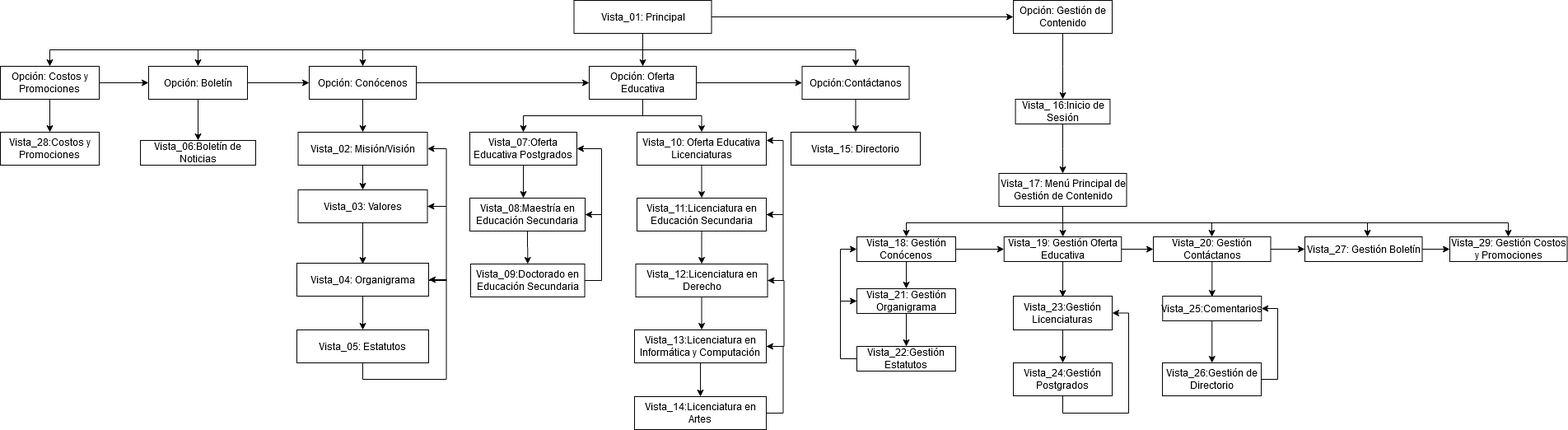
Before: MapaNavegacion.png, a diagram exported from draw.io (danielNYR/ProjectSchool). Source tidied: cells renumbered, new cells last; positions are measured from the earlier drawing's top-left corner, leaving out a move shared by most shapes.
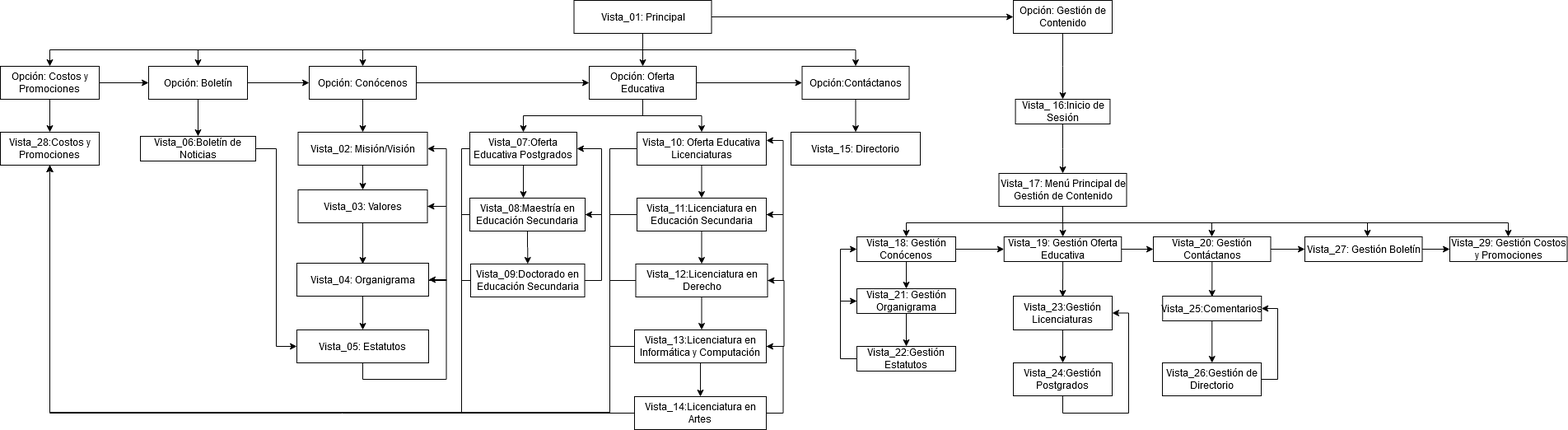
The same file after the commit.

What changed in the source:
```diff
@@ -88,6 +88,15 @@
     <mxCell id="20" style="edgeStyle=orthogonalEdgeStyle;rounded=0;jettySize=auto;html=1;entryX=0.5;entryY=0;entryDx=0;entryDy=0;" parent="1" edge="1" source="21" target="28">
       <mxGeometry relative="1" as="geometry" />
     </mxCell>
+    <mxCell id="92" style="edgeStyle=orthogonalEdgeStyle;rounded=0;jettySize=auto;html=1;entryX=0.5;entryY=1;entryDx=0;entryDy=0;" parent="1" edge="1" source="21" target="90">
+      <mxGeometry relative="1" as="geometry">
+        <Array as="points">
+          <mxPoint x="740" y="180" />
+          <mxPoint x="740" y="500" />
+          <mxPoint x="60" y="500" />
+        </Array>
+      </mxGeometry>
+    </mxCell>
     <mxCell id="21" value="Vista_10: Oferta Educativa Licenciaturas" style="rounded=0;whiteSpace=wrap;html=1;" parent="1" vertex="1">
       <mxGeometry x="773" y="160" width="157" height="40" as="geometry" />
     </mxCell>
@@ -123,6 +132,15 @@
         </Array>
       </mxGeometry>
     </mxCell>
+    <mxCell id="93" style="edgeStyle=orthogonalEdgeStyle;rounded=0;jettySize=auto;html=1;entryX=0.5;entryY=1;entryDx=0;entryDy=0;" parent="1" edge="1" source="28" target="90">
+      <mxGeometry relative="1" as="geometry">
+        <Array as="points">
+          <mxPoint x="740" y="260" />
+          <mxPoint x="740" y="500" />
+          <mxPoint x="60" y="500" />
+        </Array>
+      </mxGeometry>
+    </mxCell>
     <mxCell id="28" value="Vista_11:Licenciatura en Educación Secundaria" style="rounded=0;whiteSpace=wrap;html=1;" parent="1" vertex="1">
       <mxGeometry x="773" y="240" width="157" height="40" as="geometry" />
     </mxCell>
@@ -236,8 +254,11 @@
     <mxCell id="55" value="Opción: Boletín" style="rounded=0;whiteSpace=wrap;html=1;" parent="1" vertex="1">
       <mxGeometry x="180" y="80" width="120" height="40" as="geometry" />
     </mxCell>
+    <mxCell id="94" style="edgeStyle=orthogonalEdgeStyle;rounded=0;jettySize=auto;html=1;entryX=0;entryY=0.5;entryDx=0;entryDy=0;" parent="1" edge="1" source="56" target="58">
+      <mxGeometry relative="1" as="geometry" />
+    </mxCell>
     <mxCell id="56" value="Vista_06:Boletín de Noticias" style="rounded=0;whiteSpace=wrap;html=1;" parent="1" vertex="1">
-      <mxGeometry x="170" y="170" width="140" height="30" as="geometry" />
+      <mxGeometry x="170" y="165" width="140" height="30" as="geometry" />
     </mxCell>
     <mxCell id="57" style="edgeStyle=orthogonalEdgeStyle;rounded=0;jettySize=auto;html=1;entryX=1;entryY=0.5;entryDx=0;entryDy=0;" parent="1" edge="1" source="58" target="41">
       <mxGeometry relative="1" as="geometry">
@@ -298,6 +319,15 @@
         <mxPoint x="851.5" y="400" as="targetPoint" />
       </mxGeometry>
     </mxCell>
+    <mxCell id="95" style="edgeStyle=orthogonalEdgeStyle;rounded=0;jettySize=auto;html=1;entryX=0.5;entryY=1;entryDx=0;entryDy=0;" parent="1" edge="1" source="68" target="90">
+      <mxGeometry relative="1" as="geometry">
+        <Array as="points">
+          <mxPoint x="740" y="340" />
+          <mxPoint x="740" y="500" />
+          <mxPoint x="60" y="500" />
+        </Array>
+      </mxGeometry>
+    </mxCell>
     <mxCell id="68" value="Vista_12:Licenciatura en Derecho" style="rounded=0;whiteSpace=wrap;html=1;" parent="1" vertex="1">
       <mxGeometry x="771.5" y="320" width="160" height="40" as="geometry" />
     </mxCell>
@@ -312,6 +342,15 @@
     <mxCell id="70" style="edgeStyle=orthogonalEdgeStyle;rounded=0;jettySize=auto;html=1;entryX=0.5;entryY=0;entryDx=0;entryDy=0;" parent="1" edge="1" source="71" target="73">
       <mxGeometry relative="1" as="geometry" />
     </mxCell>
+    <mxCell id="96" style="edgeStyle=orthogonalEdgeStyle;rounded=0;jettySize=auto;html=1;entryX=0.5;entryY=1;entryDx=0;entryDy=0;" parent="1" edge="1" source="71" target="90">
+      <mxGeometry relative="1" as="geometry">
+        <Array as="points">
+          <mxPoint x="740" y="420" />
+          <mxPoint x="740" y="500" />
+          <mxPoint x="60" y="500" />
+        </Array>
+      </mxGeometry>
+    </mxCell>
     <mxCell id="71" value="Vista_13:Licenciatura en Informática y Computación" style="rounded=0;whiteSpace=wrap;html=1;" parent="1" vertex="1">
       <mxGeometry x="770" y="400" width="160" height="40" as="geometry" />
     </mxCell>
@@ -323,6 +362,13 @@
         </Array>
       </mxGeometry>
     </mxCell>
+    <mxCell id="97" style="edgeStyle=orthogonalEdgeStyle;rounded=0;jettySize=auto;html=1;entryX=0.5;entryY=1;entryDx=0;entryDy=0;" parent="1" edge="1" source="73" target="90">
+      <mxGeometry relative="1" as="geometry">
+        <Array as="points">
+          <mxPoint x="60" y="501" />
+        </Array>
+      </mxGeometry>
+    </mxCell>
     <mxCell id="73" value="Vista_14:Licenciatura en Artes" style="rounded=0;whiteSpace=wrap;html=1;" parent="1" vertex="1">
       <mxGeometry x="770" y="481" width="160" height="40" as="geometry" />
     </mxCell>
@@ -331,6 +377,15 @@
         <mxPoint x="635" y="240" as="targetPoint" />
       </mxGeometry>
     </mxCell>
+    <mxCell id="98" style="edgeStyle=orthogonalEdgeStyle;rounded=0;jettySize=auto;html=1;entryX=0.5;entryY=1;entryDx=0;entryDy=0;" parent="1" edge="1" source="75" target="90">
+      <mxGeometry relative="1" as="geometry">
+        <Array as="points">
+          <mxPoint x="560" y="180" />
+          <mxPoint x="560" y="500" />
+          <mxPoint x="60" y="500" />
+        </Array>
+      </mxGeometry>
+    </mxCell>
     <mxCell id="75" value="Vista_07:Oferta Educativa Postgrados" style="rounded=0;whiteSpace=wrap;html=1;" parent="1" vertex="1">
       <mxGeometry x="570" y="160" width="130" height="40" as="geometry" />
     </mxCell>
@@ -345,6 +400,15 @@
         </Array>
       </mxGeometry>
     </mxCell>
+    <mxCell id="99" style="edgeStyle=orthogonalEdgeStyle;rounded=0;jettySize=auto;html=1;entryX=0.5;entryY=1;entryDx=0;entryDy=0;" parent="1" edge="1" source="78" target="90">
+      <mxGeometry relative="1" as="geometry">
+        <Array as="points">
+          <mxPoint x="560" y="260" />
+          <mxPoint x="560" y="500" />
+          <mxPoint x="60" y="500" />
+        </Array>
+      </mxGeometry>
+    </mxCell>
     <mxCell id="78" value="Vista_08:Maestría en Educación Secundaria" style="rounded=0;whiteSpace=wrap;html=1;" parent="1" vertex="1">
       <mxGeometry x="570" y="240" width="140" height="40" as="geometry" />
     </mxCell>
@@ -356,6 +420,15 @@
         </Array>
       </mxGeometry>
     </mxCell>
+    <mxCell id="100" style="edgeStyle=orthogonalEdgeStyle;rounded=0;jettySize=auto;html=1;entryX=0.5;entryY=1;entryDx=0;entryDy=0;" parent="1" edge="1" source="80" target="90">
+      <mxGeometry relative="1" as="geometry">
+        <Array as="points">
+          <mxPoint x="560" y="340" />
+          <mxPoint x="560" y="500" />
+          <mxPoint x="60" y="500" />
+        </Array>
+      </mxGeometry>
+    </mxCell>
     <mxCell id="80" value="Vista_09:Doctorado en Educación Secundaria" style="rounded=0;whiteSpace=wrap;html=1;" parent="1" vertex="1">
       <mxGeometry x="571" y="320" width="138.5" height="40" as="geometry" />
     </mxCell>
```
